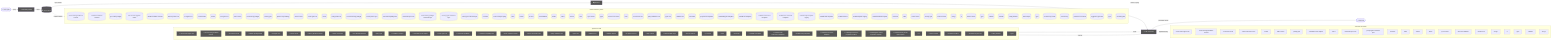
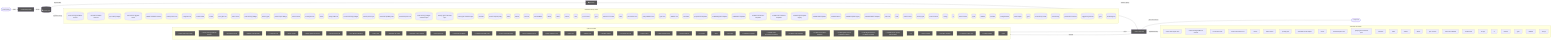
flowchart LR
  UserQ(["👤 User Query"])
  Embed["📐 Embedding Model"]
  VecDB[("📚 Vector Store")]
  Retriever["🔍 Retriever"]
  LLMNode["🧠 LLM / Generator"]
  Output(["✅ Response"])
  UserQ -->|query| Embed
  Embed -->|vector| VecDB
  VecDB -->|top-k chunks| Retriever
  Retriever -->|context + query| LLMNode
  LLMNode -->|generated answer| Output
  subgraph DetectedMemory["Detected memory stores"]
    det_detectedmemory_check_steering_feedback_contract_80134459[("check-steering-feedback-contract")]
    det_detectedmemory_normalize_workflow_contracts_8701f1c8[("normalize-workflow-contracts")]
    det_detectedmemory_sync_codex_preflight_7e7a8dc2[("sync-codex-preflight")]
    det_detectedmemory_test_harness_upgrade_matrix_84113c4e[("test-harness-upgrade-matrix")]
    det_detectedmemory_validate_workflow_contracts_33dc063c[("validate-workflow-contracts")]
    det_detectedmemory_branch_protect_core_a8feb0fd[("branch-protect-core")]
    det_detectedmemory_ci_migrate_core_7005b5af[("ci-migrate-core")]
    det_detectedmemory_context_health_80bb7da9[("context-health")]
    det_detectedmemory_context_ea7792a2[("context")]
    det_detectedmemory_docs_gate_core_eb9b6c18[("docs-gate-core")]
    det_detectedmemory_index_context_de3ed39d[("index-context")]
    det_detectedmemory_local_memory_preflight_dcc36c42[("local-memory-preflight")]
    det_detectedmemory_memory_gate_a577a506[("memory-gate")]
    det_detectedmemory_pattern_scope_siblings_43abe000[("pattern-scope-siblings")]
    det_detectedmemory_review_context_ca6cf81d[("review-context")]
    det_detectedmemory_review_gate_core_4c8001f9[("review-gate-core")]
    det_detectedmemory_search_24193290[("search")]
    det_detectedmemory_tooling_audit_core_328d6a41[("tooling-audit-core")]
    det_detectedmemory_run_local_memory_preflight_36e92808[("run-local-memory-preflight")]
    det_detectedmemory_branch_protect_sync_570adb18[("branch-protect-sync")]
    det_detectedmemory_command_capability_rules_ca3f496a[("command-capability-rules")]
    det_detectedmemory_command_specs_core_1c0ffc99[("command-specs-core")]
    det_detectedmemory_local_memory_preflight_command_spec_9e23f3ce[("local-memory-preflight-command-spec")]
    det_detectedmemory_memory_gate_command_spec_dc9001a9[("memory-gate-command-spec")]
    det_detectedmemory_review_gate_command_spec_3187376a[("review-gate-command-spec")]
    det_detectedmemory_constants_7517017f[("constants")]
    det_detectedmemory_context_compact_policy_3dcaf95d[("context-compact-policy")]
    det_detectedmemory_index_1bc04b52[("index")]
    det_detectedmemory_indexer_70fa78e5[("indexer")]
    det_detectedmemory_init_error_5c7dd49f[("init-error")]
    det_detectedmemory_lexical_fallback_723e2b3e[("lexical-fallback")]
    det_detectedmemory_ollama_76e3c7bf[("ollama")]
    det_detectedmemory_rollout_a4fa034c[("rollout")]
    det_detectedmemory_sources_878a52fc[("sources")]
    det_detectedmemory_store_824d80d7[("store")]
    det_detectedmemory_sync_contract_c79fa191[("sync-contract")]
    det_detectedmemory_types_4_822d0f88[("types")]
    det_detectedmemory_harness_run_context_ac7c77a9[("harness-run-context")]
    det_detectedmemory_index_1_faebc14e[("index")]
    det_detectedmemory_json_schema_core_96d7e328[("json-schema-core")]
    det_detectedmemory_policy_validators_core_714a3fe7[("policy-validators-core")]
    det_detectedmemory_types_core_e405ddca[("types-core")]
    det_detectedmemory_validator_core_4358f8ba[("validator-core")]
    det_detectedmemory_init_modes_c05ceb07[("init-modes")]
    det_detectedmemory_project_brain_templates_7ef51530[("project-brain-templates")]
    det_detectedmemory_scaffold_diagram_templates_dd88e83c[("scaffold-diagram-templates")]
    det_detectedmemory_scaffold_doc_templates_f6152330[("scaffold-doc-templates")]
    det_detectedmemory_scaffold_environment_templates_c1ceba6a[("scaffold-environment-templates")]
    det_detectedmemory_scaffold_root_command_templates_404fed7f[("scaffold-root-command-templates")]
    det_detectedmemory_scaffold_script_template_registry_69312d4e[("scaffold-script-template-registry")]
    det_detectedmemory_scaffold_shell_templates_0ad0f915[("scaffold-shell-templates")]
    det_detectedmemory_scaffold_surfaces_12d6494e[("scaffold-surfaces")]
    det_detectedmemory_scaffold_template_registry_b1cce2aa[("scaffold-template-registry")]
    det_detectedmemory_scaffold_workflow_template_92310587[("scaffold-workflow-template")]
    det_detectedmemory_eval_seed_5699fd3e[("eval-seed")]
    det_detectedmemory_index_4_013aa0e3[("index")]
    det_detectedmemory_review_context_1_e3afed15[("review-context")]
    det_detectedmemory_memory_gate_1_265164ac[("memory-gate")]
    det_detectedmemory_branch_enforcer_acb749cd[("branch-enforcer")]
    det_detectedmemory_cli_args_2_81c58cf7[("cli-args")]
    det_detectedmemory_cli_3_9d90d3fe[("cli")]
    det_detectedmemory_metrics_tracker_98cec29c[("metrics-tracker")]
    det_detectedmemory_types_11_4be3ee64[("types")]
    det_detectedmemory_validator_4_5180cf23[("validator")]
    det_detectedmemory_classifier_fe1991a9[("classifier")]
    det_detectedmemory_tooling_baseline_50ab2eeb[("tooling-baseline")]
    det_detectedmemory_claim_helpers_20dc8387[("claim-helpers")]
    det_detectedmemory_types_16_0fae1112[("types")]
    det_detectedmemory_local_memory_smoke_1175abfc[("local-memory-smoke")]
    det_detectedmemory_local_memory_0db17ecc[("local-memory")]
    det_detectedmemory_performance_overload_c685bfcf[("performance-overload")]
    det_detectedmemory_suggestion_generator_0956f794[("suggestion-generator")]
    det_detectedmemory_types_23_4352ee2e[("types")]
    det_detectedmemory_overload_guard_2748c559[("overload-guard")]
  end
  VecDB -. "implemented by" .-> DetectedMemory
  subgraph DetectedLLM["Detected LLM clients"]
    det_detectedllm_check_codex_agent_roles_5bb2e89b["check-codex-agent-roles"]
    det_detectedllm_check_steering_feedback_contract_80134459["check-steering-feedback-contract"]
    det_detectedllm_run_harness_evals_77704768["run-harness-evals"]
    det_detectedllm_check_environment_core_2c16213f["check-environment-core"]
    det_detectedllm_context_ea7792a2["context"]
    det_detectedllm_index_context_de3ed39d["index-context"]
    det_detectedllm_prompt_gate_c5e9d207["prompt-gate"]
    det_detectedllm_remediate_runner_helpers_929fedcc["remediate-runner-helpers"]
    det_detectedllm_search_24193290["search"]
    det_detectedllm_command_specs_core_1c0ffc99["command-specs-core"]
    det_detectedllm_prompt_gate_command_spec_9a941482["prompt-gate-command-spec"]
    det_detectedllm_constants_7517017f["constants"]
    det_detectedllm_index_1bc04b52["index"]
    det_detectedllm_indexer_70fa78e5["indexer"]
    det_detectedllm_ollama_76e3c7bf["ollama"]
    det_detectedllm_sync_contract_c79fa191["sync-contract"]
    det_detectedllm_north_star_validators_cfc926ce["north-star-validators"]
    det_detectedllm_sensitive_text_7c11f760["sensitive-text"]
    det_detectedllm_cli_args_5_09ea29f0["cli-args"]
    det_detectedllm_cli_6_eac72be2["cli"]
+     det_detectedllm_sections_4697ef32["sections"]
    det_detectedllm_types_19_eb4ad5f0["types"]
    det_detectedllm_validator_6_3688adbf["validator"]
    det_detectedllm_cli_args_6_be6244ad["cli-args"]
  end
  LLMNode -. "implemented by" .-> DetectedLLM
  subgraph DetectedTools["Agentic tool calls"]
    det_detectedtools_check_codex_agent_roles_5bb2e89b["🔧 check-codex-agent-roles"]
    det_detectedtools_check_steering_feedback_contract_80134459["🔧 check-steering-feedback-contract"]
    det_detectedtools_run_harness_evals_77704768["🔧 run-harness-evals"]
    det_detectedtools_validate_packaged_skill_5e32c890["🔧 validate-packaged-skill"]
    det_detectedtools_ci_migrate_core_7005b5af["🔧 ci-migrate-core"]
    det_detectedtools_doctor_checks_5a2eb2b9["🔧 doctor-checks"]
    det_detectedtools_doctor_github_tool_checks_a53b0382["🔧 doctor-github-tool-checks"]
    det_detectedtools_doctor_tool_checks_4acac51a["🔧 doctor-tool-checks"]
    det_detectedtools_next_blocked_decisions_4140ad2b["🔧 next-blocked-decisions"]
    det_detectedtools_policy_gate_213f7313["🔧 policy-gate"]
    det_detectedtools_remediate_cli_output_cc165396["🔧 remediate-cli-output"]
    det_detectedtools_remediate_runner_helpers_929fedcc["🔧 remediate-runner-helpers"]
    det_detectedtools_review_gate_core_4c8001f9["🔧 review-gate-core"]
    det_detectedtools_command_capabilities_a4d5c71e["🔧 command-capabilities"]
    det_detectedtools_command_capability_rules_ca3f496a["🔧 command-capability-rules"]
    det_detectedtools_linear_command_actions_e430f4f4["🔧 linear-command-actions"]
    det_detectedtools_linear_command_runner_4a740dfc["🔧 linear-command-runner"]
    det_detectedtools_policy_validators_core_714a3fe7["🔧 policy-validators-core"]
    det_detectedtools_types_core_e405ddca["🔧 types-core"]
    det_detectedtools_validator_core_4358f8ba["🔧 validator-core"]
    det_detectedtools_validator_helpers_7b927667["🔧 validator-helpers"]
    det_detectedtools_he_phase_exit_core_1148895b["🔧 he-phase-exit-core"]
    det_detectedtools_ralph_runtime_73d63c0e["🔧 ralph-runtime"]
    det_detectedtools_observed_skill_usage_ed7d5930["🔧 observed-skill-usage"]
    det_detectedtools_closure_evidence_aaa31467["🔧 closure-evidence"]
    det_detectedtools_pr_creator_dc6b1ea4["🔧 pr-creator"]
    det_detectedtools_client_948fe603["🔧 client"]
    det_detectedtools_init_output_360dce91["🔧 init-output"]
    det_detectedtools_scaffold_ci_templates_2afd6392["🔧 scaffold-ci-templates"]
    det_detectedtools_scaffold_codex_environment_templates_334fbbed["🔧 scaffold-codex-environment-templates"]
    det_detectedtools_scaffold_config_templates_4b80ce53["🔧 scaffold-config-templates"]
    det_detectedtools_scaffold_environment_templates_c1ceba6a["🔧 scaffold-environment-templates"]
    det_detectedtools_scaffold_github_actions_pr_pipeline_renderer_1ee18de5["🔧 scaffold-github-actions-pr-pipeline-renderer"]
    det_detectedtools_scaffold_github_actions_pr_pipeline_template_e2b85f62["🔧 scaffold-github-actions-pr-pipeline-template"]
    det_detectedtools_scaffold_release_private_npm_template_075499f8["🔧 scaffold-release-private-npm-template"]
    det_detectedtools_cli_3_9d90d3fe["🔧 cli"]
    det_detectedtools_metrics_tracker_98cec29c["🔧 metrics-tracker"]
    det_detectedtools_normalise_renderer_85f2e563["🔧 normalise-renderer"]
    det_detectedtools_evaluation_engine_core_e054fe49["🔧 evaluation-engine-core"]
    det_detectedtools_tooling_baseline_50ab2eeb["🔧 tooling-baseline"]
    det_detectedtools_types_25_89d086aa["🔧 types"]
  end
  LLMNode -->|tool use| DetectedTools
  DetectedTools -->|result| LLMNode
  classDef memNode fill:#555,color:#fff
  class VecDB,Retriever memNode
  classDef llmNode fill:#555,color:#fff
  class LLMNode,Embed llmNode
  classDef toolNode fill:#555,color:#fff
  class det_detectedtools_check_codex_agent_roles_5bb2e89b,det_detectedtools_check_steering_feedback_contract_80134459,det_detectedtools_run_harness_evals_77704768,det_detectedtools_validate_packaged_skill_5e32c890,det_detectedtools_ci_migrate_core_7005b5af,det_detectedtools_doctor_checks_5a2eb2b9,det_detectedtools_doctor_github_tool_checks_a53b0382,det_detectedtools_doctor_tool_checks_4acac51a,det_detectedtools_next_blocked_decisions_4140ad2b,det_detectedtools_policy_gate_213f7313,det_detectedtools_remediate_cli_output_cc165396,det_detectedtools_remediate_runner_helpers_929fedcc,det_detectedtools_review_gate_core_4c8001f9,det_detectedtools_command_capabilities_a4d5c71e,det_detectedtools_command_capability_rules_ca3f496a,det_detectedtools_linear_command_actions_e430f4f4,det_detectedtools_linear_command_runner_4a740dfc,det_detectedtools_policy_validators_core_714a3fe7,det_detectedtools_types_core_e405ddca,det_detectedtools_validator_core_4358f8ba,det_detectedtools_validator_helpers_7b927667,det_detectedtools_he_phase_exit_core_1148895b,det_detectedtools_ralph_runtime_73d63c0e,det_detectedtools_observed_skill_usage_ed7d5930,det_detectedtools_closure_evidence_aaa31467,det_detectedtools_pr_creator_dc6b1ea4,det_detectedtools_client_948fe603,det_detectedtools_init_output_360dce91,det_detectedtools_scaffold_ci_templates_2afd6392,det_detectedtools_scaffold_codex_environment_templates_334fbbed,det_detectedtools_scaffold_config_templates_4b80ce53,det_detectedtools_scaffold_environment_templates_c1ceba6a,det_detectedtools_scaffold_github_actions_pr_pipeline_renderer_1ee18de5,det_detectedtools_scaffold_github_actions_pr_pipeline_template_e2b85f62,det_detectedtools_scaffold_release_private_npm_template_075499f8,det_detectedtools_cli_3_9d90d3fe,det_detectedtools_metrics_tracker_98cec29c,det_detectedtools_normalise_renderer_85f2e563,det_detectedtools_evaluation_engine_core_e054fe49,det_detectedtools_tooling_baseline_50ab2eeb,det_detectedtools_types_25_89d086aa toolNode
